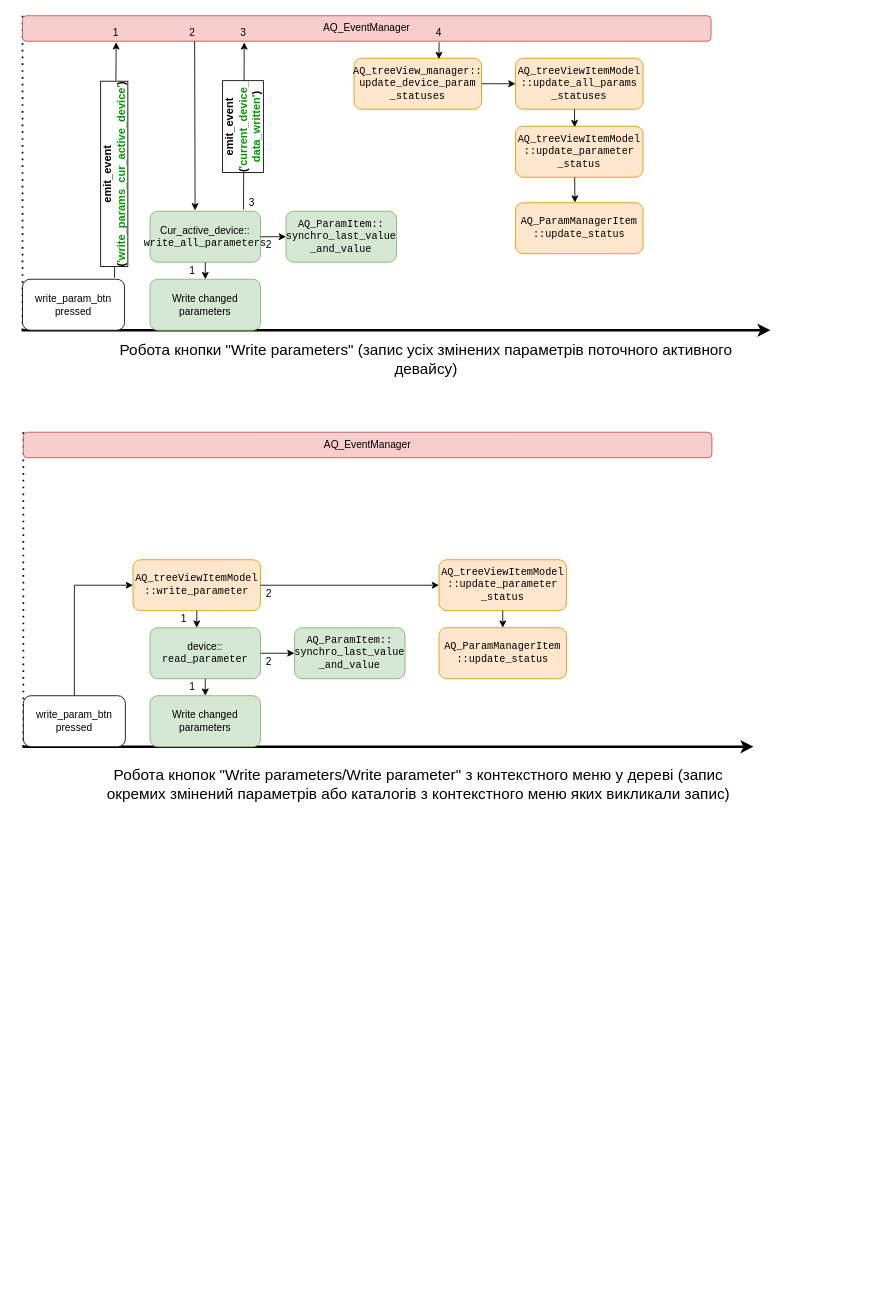
Above: page "Запис значень параметрів" (7 of 9) of arch.drawio in romangolovkou/AQteck_toolMAX (draw.io), before the change. Source tidied: cells renumbered, new cells numbered last; positions are measured from the earlier drawing's top-left corner, leaving out a move shared by most shapes. Both pictures are drawn from the tidied source at 85%, with x=0, y=0 at pixel (21, 15).
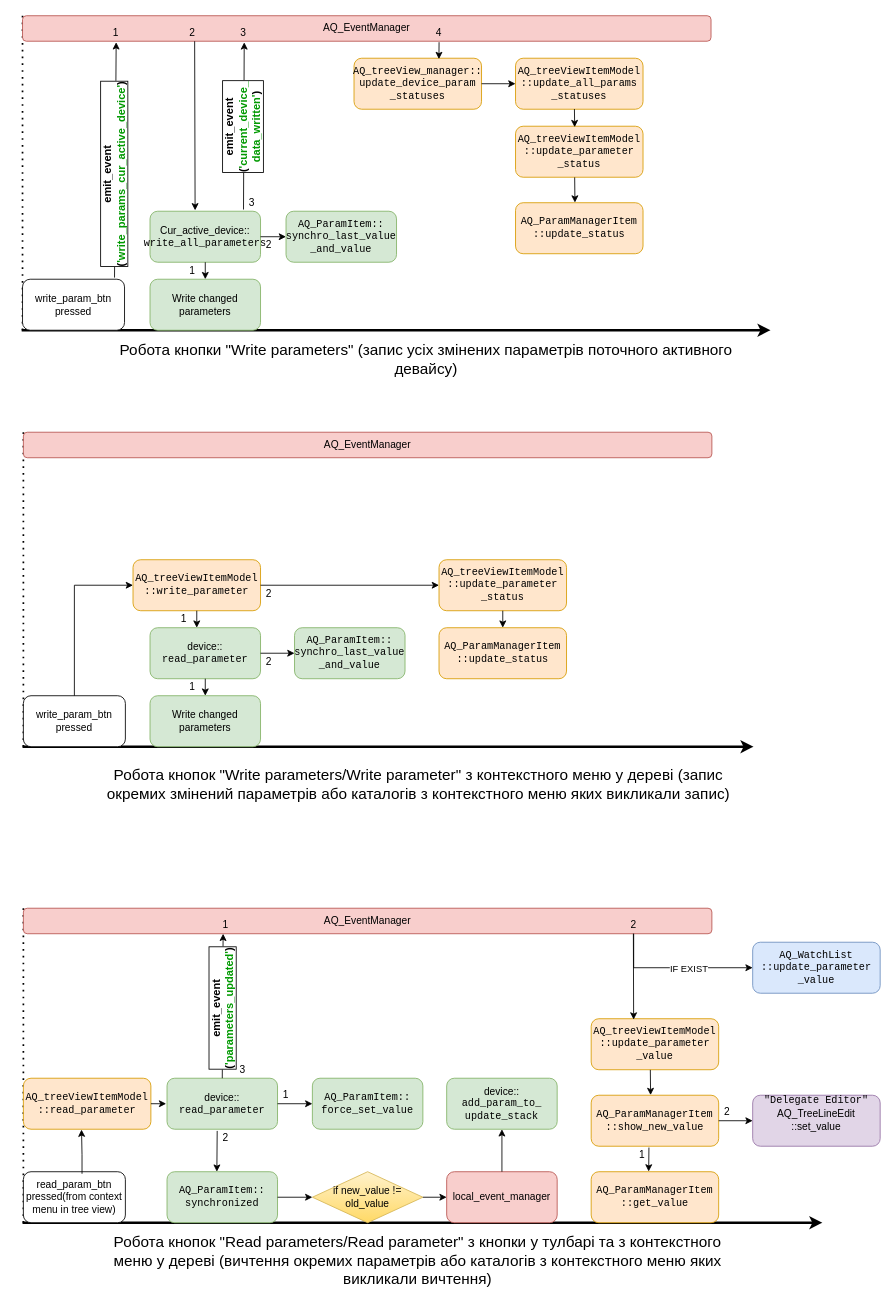
Above is the later version.

Diff of the diagram source:
```diff
@@
+    <mxCell id="53" style="endArrow=classic;html=1;rounded=0;strokeWidth=3;" parent="1" edge="1">
+      <mxGeometry relative="1" as="geometry">
+        <mxPoint x="1" y="1420" as="sourcePoint" />
+        <mxPoint x="942" y="1420" as="targetPoint" />
+      </mxGeometry>
+    </mxCell>
+    <mxCell id="54" style="endArrow=none;dashed=1;html=1;dashPattern=1 3;strokeWidth=2;rounded=0;" parent="1" edge="1">
+      <mxGeometry relative="1" as="geometry">
+        <mxPoint x="2" y="1420" as="sourcePoint" />
+        <mxPoint x="2" y="1050" as="targetPoint" />
+      </mxGeometry>
+    </mxCell>
+    <mxCell id="55" value="read_param_btn&lt;br&gt;pressed(from context menu in tree view)" style="rounded=1;whiteSpace=wrap;html=1;strokeWidth=1;" parent="1" vertex="1">
+      <mxGeometry x="2" y="1360" width="120" height="60" as="geometry" />
+    </mxCell>
+    <mxCell id="56" value="AQ_EventManager" style="rounded=1;whiteSpace=wrap;html=1;fillColor=#f8cecc;strokeColor=#b85450;" parent="1" vertex="1">
+      <mxGeometry x="2" y="1050" width="810" height="30" as="geometry" />
+    </mxCell>
+    <mxCell id="57" value="&lt;div style=&quot;font-family: &amp;quot;JetBrains Mono&amp;quot;, monospace;&quot;&gt;AQ_ParamItem::&lt;br&gt;&lt;div style=&quot;&quot;&gt;&lt;div style=&quot;&quot;&gt;force_set_value&lt;/div&gt;&lt;/div&gt;&lt;/div&gt;" style="rounded=1;whiteSpace=wrap;html=1;fillColor=#d5e8d4;strokeColor=#82b366;" parent="1" vertex="1">
+      <mxGeometry x="342" y="1250" width="130" height="60" as="geometry" />
+    </mxCell>
+    <mxCell id="58" value="&lt;div style=&quot;font-family: &amp;quot;JetBrains Mono&amp;quot;, monospace;&quot;&gt;AQ_treeViewItemModel&lt;br&gt;::update_parameter&lt;br&gt;_value&lt;/div&gt;" style="rounded=1;whiteSpace=wrap;html=1;strokeWidth=1;fillColor=#ffe6cc;strokeColor=#d79b00;" parent="1" vertex="1">
+      <mxGeometry x="670" y="1180" width="150" height="60" as="geometry" />
+    </mxCell>
+    <mxCell id="59" value="&lt;div style=&quot;font-family: &amp;quot;JetBrains Mono&amp;quot;, monospace;&quot;&gt;&lt;div style=&quot;&quot;&gt;AQ_ParamManagerItem&lt;/div&gt;::show_new_value&lt;/div&gt;" style="rounded=1;whiteSpace=wrap;html=1;strokeWidth=1;fillColor=#ffe6cc;strokeColor=#d79b00;" parent="1" vertex="1">
+      <mxGeometry x="670" y="1270" width="150" height="60" as="geometry" />
+    </mxCell>
+    <mxCell id="60" style="endArrow=classic;html=1;rounded=0;entryX=0.466;entryY=-0.003;entryDx=0;entryDy=0;entryPerimeter=0;exitX=0.464;exitY=1.003;exitDx=0;exitDy=0;exitPerimeter=0;" parent="1" edge="1" source="58" target="59">
+      <mxGeometry relative="1" as="geometry" />
+    </mxCell>
+    <mxCell id="61" value="&lt;div style=&quot;font-family: &amp;quot;JetBrains Mono&amp;quot;, monospace;&quot;&gt;&lt;div style=&quot;&quot;&gt;AQ_ParamManagerItem&lt;/div&gt;::get_value&lt;/div&gt;" style="rounded=1;whiteSpace=wrap;html=1;strokeWidth=1;fillColor=#ffe6cc;strokeColor=#d79b00;" parent="1" vertex="1">
+      <mxGeometry x="670" y="1360" width="150" height="60" as="geometry" />
+    </mxCell>
+    <mxCell id="62" style="endArrow=classic;html=1;rounded=0;entryX=0.451;entryY=-0.004;entryDx=0;entryDy=0;entryPerimeter=0;exitX=0.453;exitY=1.026;exitDx=0;exitDy=0;exitPerimeter=0;" parent="1" edge="1" source="59" target="61">
+      <mxGeometry relative="1" as="geometry" />
+    </mxCell>
+    <mxCell id="63" value="1" style="text;html=1;strokeColor=none;fillColor=none;align=center;verticalAlign=middle;whiteSpace=wrap;rounded=0;" parent="1" vertex="1">
+      <mxGeometry x="720" y="1330" width="20" height="20" as="geometry" />
+    </mxCell>
+    <mxCell id="64" value="&lt;div style=&quot;font-family: &amp;quot;JetBrains Mono&amp;quot;, monospace;&quot;&gt;&lt;div style=&quot;&quot;&gt;&quot;Delegate Editor&quot;&lt;br style=&quot;border-color: var(--border-color); font-family: Helvetica; font-weight: 700;&quot;&gt;&lt;span style=&quot;font-family: Helvetica;&quot;&gt;AQ_TreeLineEdit&lt;br&gt;::set_value&lt;/span&gt;&lt;br style=&quot;border-color: var(--border-color); font-family: Helvetica; font-weight: 700;&quot;&gt;&lt;span style=&quot;border-color: var(--border-color); font-family: Helvetica;&quot;&gt;&amp;nbsp;&lt;/span&gt;&lt;br&gt;&lt;/div&gt;&lt;/div&gt;" style="rounded=1;whiteSpace=wrap;html=1;strokeWidth=1;fillColor=#e1d5e7;strokeColor=#9673a6;" parent="1" vertex="1">
+      <mxGeometry x="860" y="1270" width="150" height="60" as="geometry" />
+    </mxCell>
+    <mxCell id="65" style="endArrow=classic;html=1;rounded=0;exitX=1;exitY=0.5;exitDx=0;exitDy=0;entryX=0;entryY=0.5;entryDx=0;entryDy=0;" parent="1" edge="1" source="59" target="64">
+      <mxGeometry relative="1" as="geometry" />
+    </mxCell>
+    <mxCell id="66" value="2" style="text;html=1;strokeColor=none;fillColor=none;align=center;verticalAlign=middle;whiteSpace=wrap;rounded=0;" parent="1" vertex="1">
+      <mxGeometry x="820" y="1280" width="20" height="20" as="geometry" />
+    </mxCell>
+    <mxCell id="67" value="&lt;div style=&quot;font-family: &amp;quot;JetBrains Mono&amp;quot;, monospace;&quot;&gt;AQ_treeViewItemModel&lt;br&gt;::read_parameter&lt;/div&gt;" style="rounded=1;whiteSpace=wrap;html=1;strokeWidth=1;fillColor=#ffe6cc;strokeColor=#d79b00;" parent="1" vertex="1">
+      <mxGeometry x="2" y="1250" width="150" height="60" as="geometry" />
+    </mxCell>
+    <mxCell id="68" value="device::&lt;br&gt;&lt;div style=&quot;font-family: &amp;quot;JetBrains Mono&amp;quot;, monospace;&quot;&gt;read_parameter&lt;/div&gt;" style="rounded=1;whiteSpace=wrap;html=1;strokeWidth=1;fillColor=#d5e8d4;strokeColor=#82b366;" parent="1" vertex="1">
+      <mxGeometry x="171" y="1250" width="130" height="60" as="geometry" />
+    </mxCell>
+    <mxCell id="69" style="endArrow=classic;html=1;rounded=0;exitX=0.575;exitY=0.04;exitDx=0;exitDy=0;exitPerimeter=0;entryX=0.456;entryY=1.007;entryDx=0;entryDy=0;entryPerimeter=0;" parent="1" edge="1" source="55" target="67">
+      <mxGeometry relative="1" as="geometry">
+        <Array as="points">
+          <mxPoint x="71" y="1340" />
+        </Array>
+      </mxGeometry>
+    </mxCell>
+    <mxCell id="70" style="endArrow=classic;html=1;rounded=0;exitX=1;exitY=0.5;exitDx=0;exitDy=0;" parent="1" edge="1" source="67">
+      <mxGeometry relative="1" as="geometry">
+        <mxPoint x="170" y="1280" as="targetPoint" />
+      </mxGeometry>
+    </mxCell>
+    <mxCell id="71" value="&lt;span style=&quot;font-size: 18px;&quot;&gt;Робота кнопок &quot;Read parameters/Read parameter&quot; з кнопки у тулбарі та з контекстного меню у дереві (вичтення окремих параметрів або каталогів з контекстного меню яких викликали вичтення)&lt;/span&gt;" style="text;html=1;strokeColor=none;fillColor=none;align=center;verticalAlign=middle;whiteSpace=wrap;rounded=0;" parent="1" vertex="1">
+      <mxGeometry x="91" y="1430" width="750" height="70" as="geometry" />
+    </mxCell>
+    <mxCell id="72" value="&lt;div style=&quot;font-family: &amp;quot;JetBrains Mono&amp;quot;, monospace;&quot;&gt;AQ_ParamItem::&lt;br&gt;&lt;div style=&quot;&quot;&gt;&lt;div style=&quot;&quot;&gt;synchronized&lt;/div&gt;&lt;/div&gt;&lt;/div&gt;" style="rounded=1;whiteSpace=wrap;html=1;fillColor=#d5e8d4;strokeColor=#82b366;" parent="1" vertex="1">
+      <mxGeometry x="171" y="1360" width="130" height="60" as="geometry" />
+    </mxCell>
+    <mxCell id="73" style="endArrow=classic;html=1;rounded=0;exitX=0.454;exitY=1.033;exitDx=0;exitDy=0;exitPerimeter=0;entryX=0.451;entryY=0;entryDx=0;entryDy=0;entryPerimeter=0;" parent="1" edge="1" source="68" target="72">
+      <mxGeometry relative="1" as="geometry" />
+    </mxCell>
+    <mxCell id="74" value="1" style="text;html=1;strokeColor=none;fillColor=none;align=center;verticalAlign=middle;whiteSpace=wrap;rounded=0;" parent="1" vertex="1">
+      <mxGeometry x="301" y="1260" width="20" height="20" as="geometry" />
+    </mxCell>
+    <mxCell id="75" value="2" style="text;html=1;strokeColor=none;fillColor=none;align=center;verticalAlign=middle;whiteSpace=wrap;rounded=0;" parent="1" vertex="1">
+      <mxGeometry x="230" y="1310" width="20" height="20" as="geometry" />
+    </mxCell>
+    <mxCell id="76" value="if new_value != old_value" style="rhombus;whiteSpace=wrap;html=1;fillColor=#fff2cc;strokeColor=#d6b656;gradientColor=#ffd966;" parent="1" vertex="1">
+      <mxGeometry x="342" y="1360" width="130" height="60" as="geometry" />
+    </mxCell>
+    <mxCell id="77" style="endArrow=classic;html=1;rounded=0;exitX=1;exitY=0.5;exitDx=0;exitDy=0;entryX=0;entryY=0.5;entryDx=0;entryDy=0;" parent="1" edge="1" source="72" target="76">
+      <mxGeometry relative="1" as="geometry" />
+    </mxCell>
+    <mxCell id="78" value="1" style="text;html=1;strokeColor=none;fillColor=none;align=center;verticalAlign=middle;whiteSpace=wrap;rounded=0;" parent="1" vertex="1">
+      <mxGeometry x="230" y="1060" width="20" height="20" as="geometry" />
+    </mxCell>
+    <mxCell id="79" value="device::&lt;br&gt;&lt;div style=&quot;font-family: &amp;quot;JetBrains Mono&amp;quot;, monospace;&quot;&gt;&lt;div style=&quot;&quot;&gt;add_param_to_&lt;br&gt;update_stack&lt;/div&gt;&lt;/div&gt;" style="rounded=1;whiteSpace=wrap;html=1;strokeWidth=1;fillColor=#d5e8d4;strokeColor=#82b366;" parent="1" vertex="1">
+      <mxGeometry x="500" y="1250" width="130" height="60" as="geometry" />
+    </mxCell>
+    <mxCell id="80" value="local_event_manager" style="rounded=1;whiteSpace=wrap;html=1;strokeWidth=1;fillColor=#f8cecc;strokeColor=#b85450;" parent="1" vertex="1">
+      <mxGeometry x="500" y="1360" width="130" height="60" as="geometry" />
+    </mxCell>
+    <mxCell id="81" style="endArrow=classic;html=1;rounded=0;exitX=1;exitY=0.5;exitDx=0;exitDy=0;entryX=0;entryY=0.5;entryDx=0;entryDy=0;" parent="1" edge="1" source="76" target="80">
+      <mxGeometry relative="1" as="geometry" />
+    </mxCell>
+    <mxCell id="82" style="endArrow=classic;html=1;rounded=0;exitX=0.5;exitY=0;exitDx=0;exitDy=0;entryX=0.5;entryY=1;entryDx=0;entryDy=0;" parent="1" edge="1" source="80" target="79">
+      <mxGeometry relative="1" as="geometry" />
+    </mxCell>
+    <mxCell id="83" style="endArrow=classic;html=1;rounded=0;exitX=0.886;exitY=1;exitDx=0;exitDy=0;exitPerimeter=0;entryX=0.333;entryY=0.017;entryDx=0;entryDy=0;entryPerimeter=0;" parent="1" edge="1" source="56" target="58">
+      <mxGeometry relative="1" as="geometry" />
+    </mxCell>
+    <mxCell id="84" value="&lt;div style=&quot;font-family: &amp;quot;JetBrains Mono&amp;quot;, monospace;&quot;&gt;AQ_WatchList&lt;br&gt;::update_parameter&lt;br&gt;_value&lt;/div&gt;" style="rounded=1;whiteSpace=wrap;html=1;strokeWidth=1;fillColor=#dae8fc;strokeColor=#6c8ebf;" parent="1" vertex="1">
+      <mxGeometry x="860" y="1090" width="150" height="60" as="geometry" />
+    </mxCell>
+    <mxCell id="85" style="endArrow=classic;html=1;rounded=0;entryX=0;entryY=0.5;entryDx=0;entryDy=0;" parent="1" edge="1" target="84">
+      <mxGeometry relative="1" as="geometry">
+        <mxPoint x="720" y="1080" as="sourcePoint" />
+        <Array as="points">
+          <mxPoint x="720" y="1120" />
+        </Array>
+      </mxGeometry>
+    </mxCell>
+    <mxCell id="86" value="IF EXIST" style="edgeLabel;html=1;align=center;verticalAlign=middle;" parent="85" vertex="1">
+      <mxGeometry x="0.16" relative="1" as="geometry" />
+    </mxCell>
+    <mxCell id="87" style="endArrow=classic;html=1;rounded=0;exitX=1;exitY=0.5;exitDx=0;exitDy=0;entryX=0;entryY=0.5;entryDx=0;entryDy=0;" parent="1" edge="1" source="68" target="57">
+      <mxGeometry relative="1" as="geometry" />
+    </mxCell>
+    <mxCell id="88" style="endArrow=classic;html=1;rounded=0;exitX=0.5;exitY=0;exitDx=0;exitDy=0;strokeWidth=1;" parent="1" edge="1" source="68">
+      <mxGeometry relative="1" as="geometry">
+        <mxPoint x="237" y="1080" as="targetPoint" />
+      </mxGeometry>
+    </mxCell>
+    <mxCell id="89" value="&lt;font style=&quot;font-size: 13px;&quot;&gt;&lt;b&gt;emit_event&lt;br&gt;(&lt;font color=&quot;#009900&quot;&gt;'parameters_updated&lt;/font&gt;&lt;/b&gt;&lt;/font&gt;&lt;b style=&quot;font-size: 13px;&quot;&gt;&lt;font color=&quot;#009900&quot;&gt;'&lt;/font&gt;)&lt;/b&gt;" style="edgeLabel;html=1;align=center;verticalAlign=middle;rotation=-90;labelBorderColor=default;" parent="88" vertex="1">
+      <mxGeometry x="-0.24" y="2" relative="1" as="geometry">
+        <mxPoint x="2" y="-16" as="offset" />
+      </mxGeometry>
+    </mxCell>
+    <mxCell id="90" value="3" style="text;html=1;strokeColor=none;fillColor=none;align=center;verticalAlign=middle;whiteSpace=wrap;rounded=0;" parent="1" vertex="1">
+      <mxGeometry x="250" y="1230" width="20" height="20" as="geometry" />
+    </mxCell>
+    <mxCell id="91" value="2" style="text;html=1;strokeColor=none;fillColor=none;align=center;verticalAlign=middle;whiteSpace=wrap;rounded=0;" parent="1" vertex="1">
+      <mxGeometry x="710" y="1060" width="20" height="20" as="geometry" />
+    </mxCell>
```
